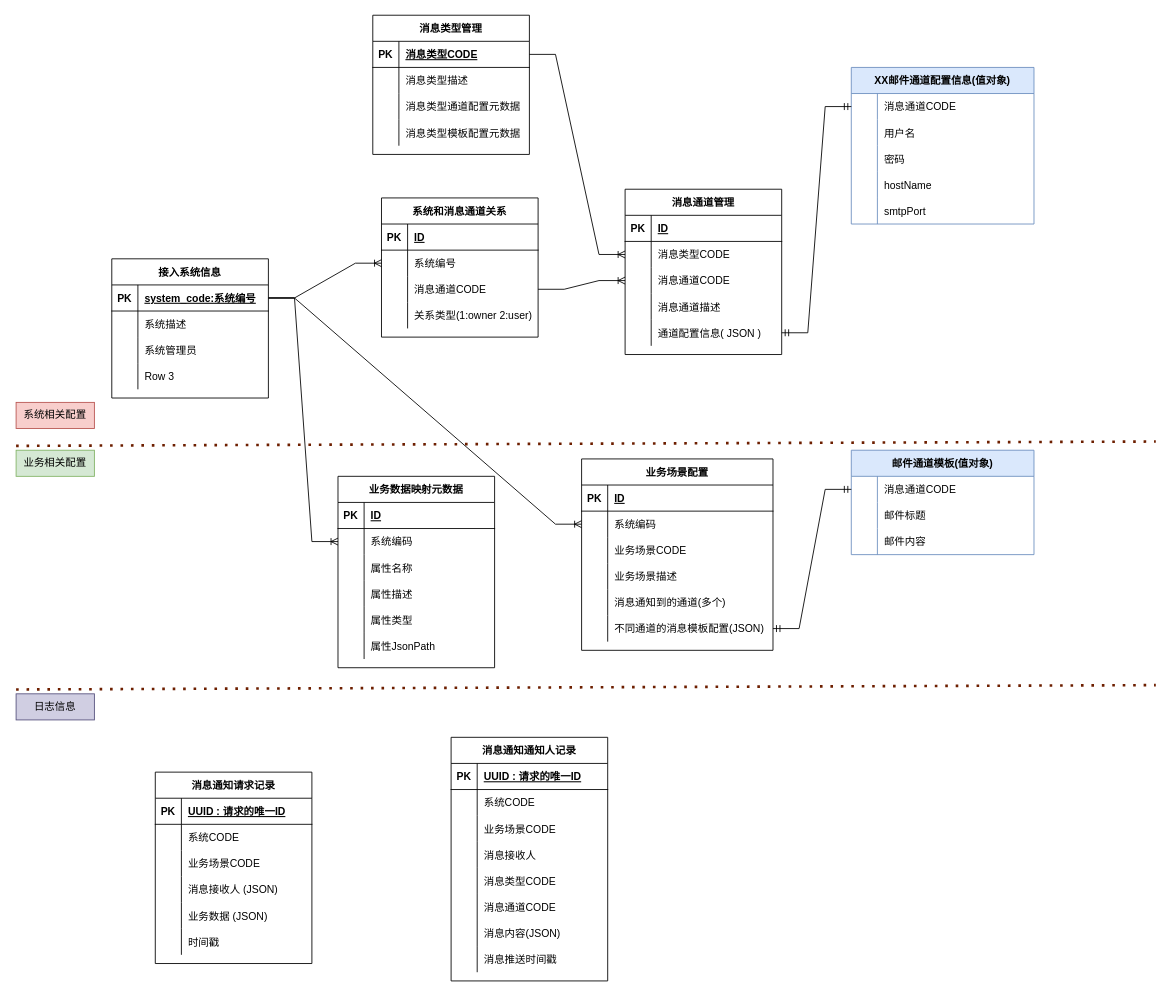
This is page "数据ER" (2 of 5) of 聚合消息通知平台.drawio from shixw/drawio-depository, a draw.io file, before an edit. Source tidied: cells renumbered, new cells numbered last; positions are measured from the earlier drawing's top-left corner, leaving out a move shared by most shapes. Both pictures are drawn from the tidied source at 87%, with x=0, y=0 at pixel (16, 15).
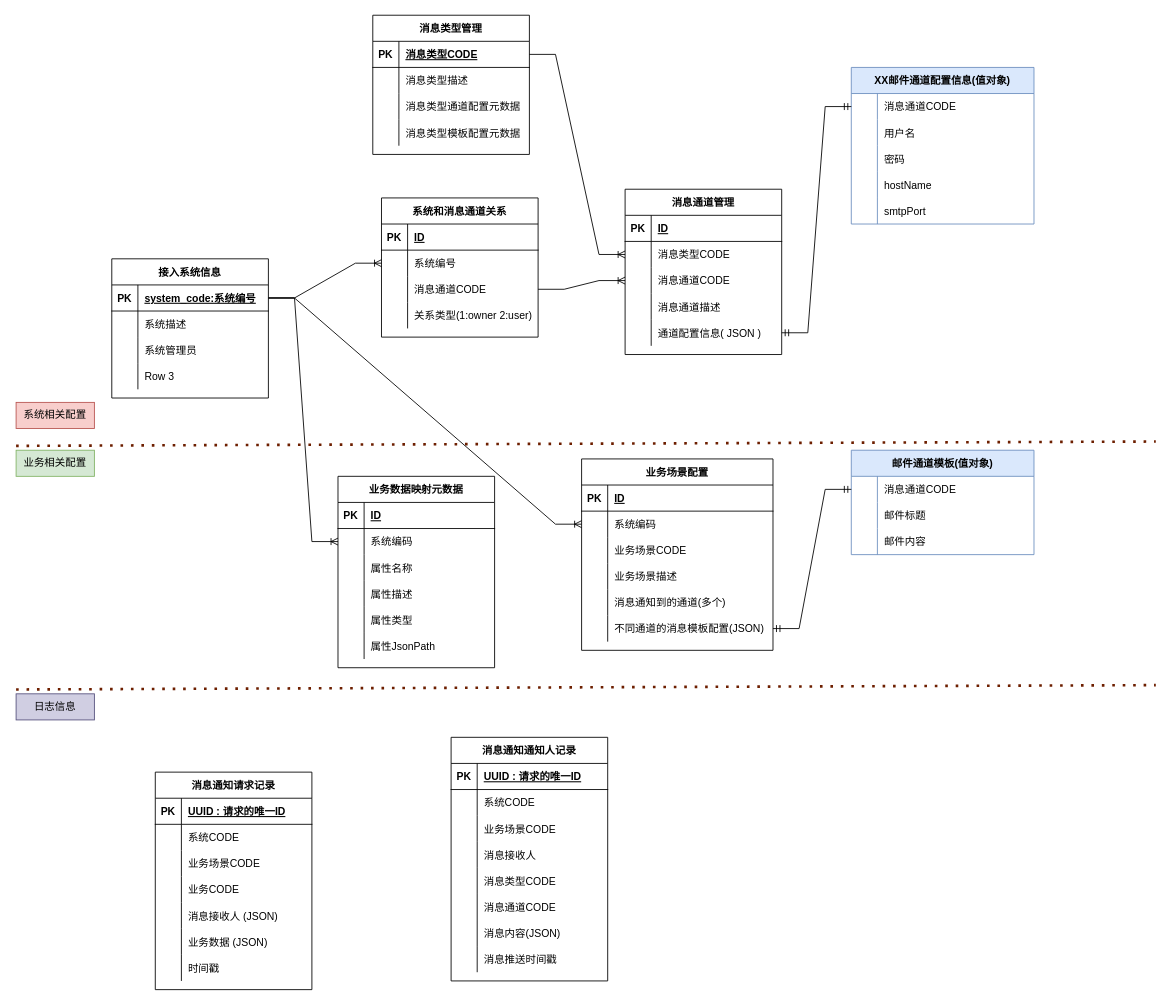
The same diagram, later.

Change to the diagram source:
```diff
@@
     <mxCell id="133" value="消息通知请求记录" style="shape=table;startSize=30;childLayout=tableLayout;rowLines=0;fontStyle=1;align=center;" parent="1" vertex="1">
-      <mxGeometry x="160" y="870" width="180" height="220" as="geometry" />
+      <mxGeometry x="160" y="870" width="180" height="250" as="geometry" />
     </mxCell>
@@
+    <mxCell id="177" style="shape=tableRow;horizontal=0;startSize=0;swimlaneHead=0;swimlaneBody=0;fillColor=none;top=0;left=0;right=0;bottom=0;" parent="133" vertex="1">
+      <mxGeometry y="120" width="180" height="30" as="geometry" />
+    </mxCell>
+    <mxCell id="178" style="shape=partialRectangle;fillColor=none;top=0;left=0;bottom=0;right=0;overflow=hidden;" parent="177" vertex="1">
+      <mxGeometry width="30" height="30" as="geometry" />
+    </mxCell>
+    <mxCell id="179" value="业务CODE" style="shape=partialRectangle;fillColor=none;top=0;left=0;bottom=0;right=0;align=left;spacingLeft=6;overflow=hidden;" parent="177" vertex="1">
+      <mxGeometry x="30" width="150" height="30" as="geometry" />
+    </mxCell>
     <mxCell id="143" style="shape=tableRow;horizontal=0;startSize=0;swimlaneHead=0;swimlaneBody=0;fillColor=none;top=0;left=0;right=0;bottom=0;" parent="133" vertex="1">
-      <mxGeometry y="120" width="180" height="30" as="geometry" />
+      <mxGeometry y="150" width="180" height="30" as="geometry" />
     </mxCell>
@@
     <mxCell id="146" style="shape=tableRow;horizontal=0;startSize=0;swimlaneHead=0;swimlaneBody=0;fillColor=none;top=0;left=0;right=0;bottom=0;" parent="133" vertex="1">
-      <mxGeometry y="150" width="180" height="30" as="geometry" />
+      <mxGeometry y="180" width="180" height="30" as="geometry" />
     </mxCell>
@@
     <mxCell id="149" style="shape=tableRow;horizontal=0;startSize=0;swimlaneHead=0;swimlaneBody=0;fillColor=none;top=0;left=0;right=0;bottom=0;" parent="133" vertex="1">
-      <mxGeometry y="180" width="180" height="30" as="geometry" />
+      <mxGeometry y="210" width="180" height="30" as="geometry" />
     </mxCell>
```
